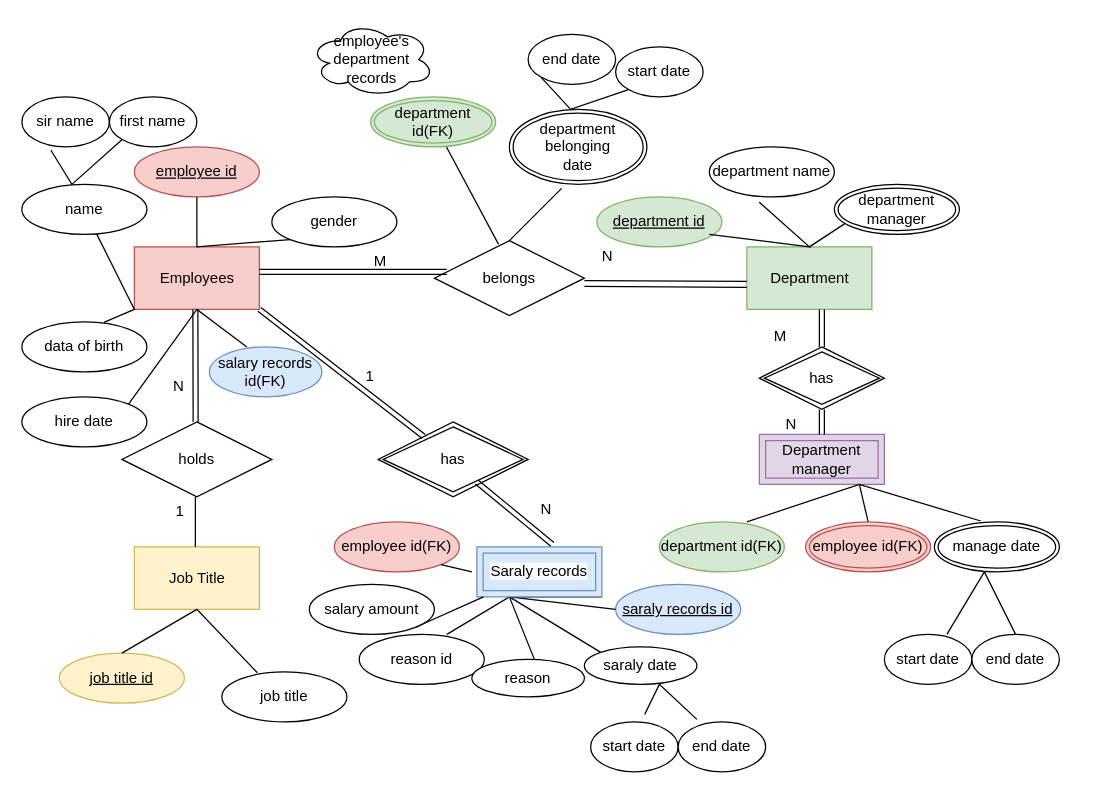
The draw.io diagram page "Copy of Page-2 additional info" (4 of 7) of Untitled Diagram.drawio in eminishimoto/db_ca1, before the edit. Source tidied: cells renumbered, new cells numbered last; positions are measured from the earlier drawing's top-left corner, leaving out a move shared by most shapes. Both pictures are drawn from the tidied source at 125%, with x=0, y=0 at pixel (21, 21).
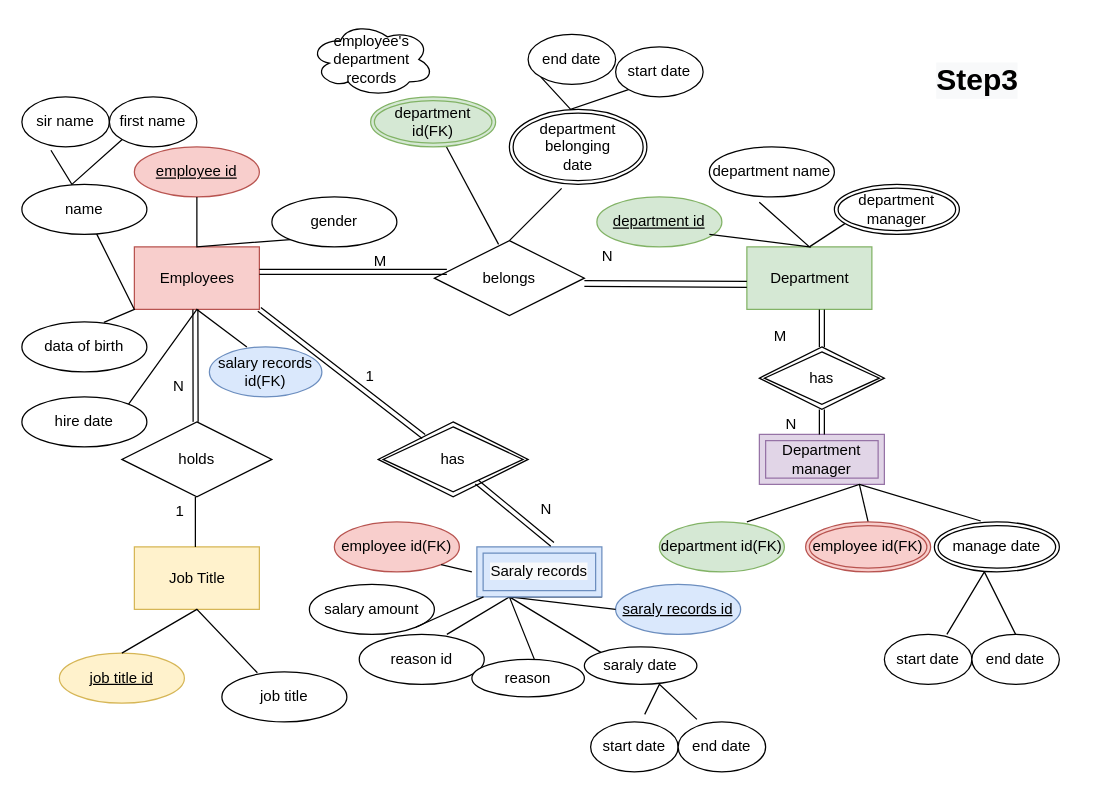
After the change.

The edit, as a diff of the source:
```diff
@@
+    <mxCell id="79" value="&lt;h1 style=&quot;color: rgb(0, 0, 0); font-family: Helvetica; font-style: normal; font-variant-ligatures: normal; font-variant-caps: normal; letter-spacing: normal; orphans: 2; text-align: left; text-indent: 0px; text-transform: none; widows: 2; word-spacing: 0px; -webkit-text-stroke-width: 0px; background-color: rgb(248, 249, 250); text-decoration-thickness: initial; text-decoration-style: initial; text-decoration-color: initial;&quot;&gt;Step3&lt;/h1&gt;" style="text;whiteSpace=wrap;html=1;" parent="1" vertex="1">
+      <mxGeometry x="730" y="10" width="110" height="60" as="geometry" />
+    </mxCell>
```
